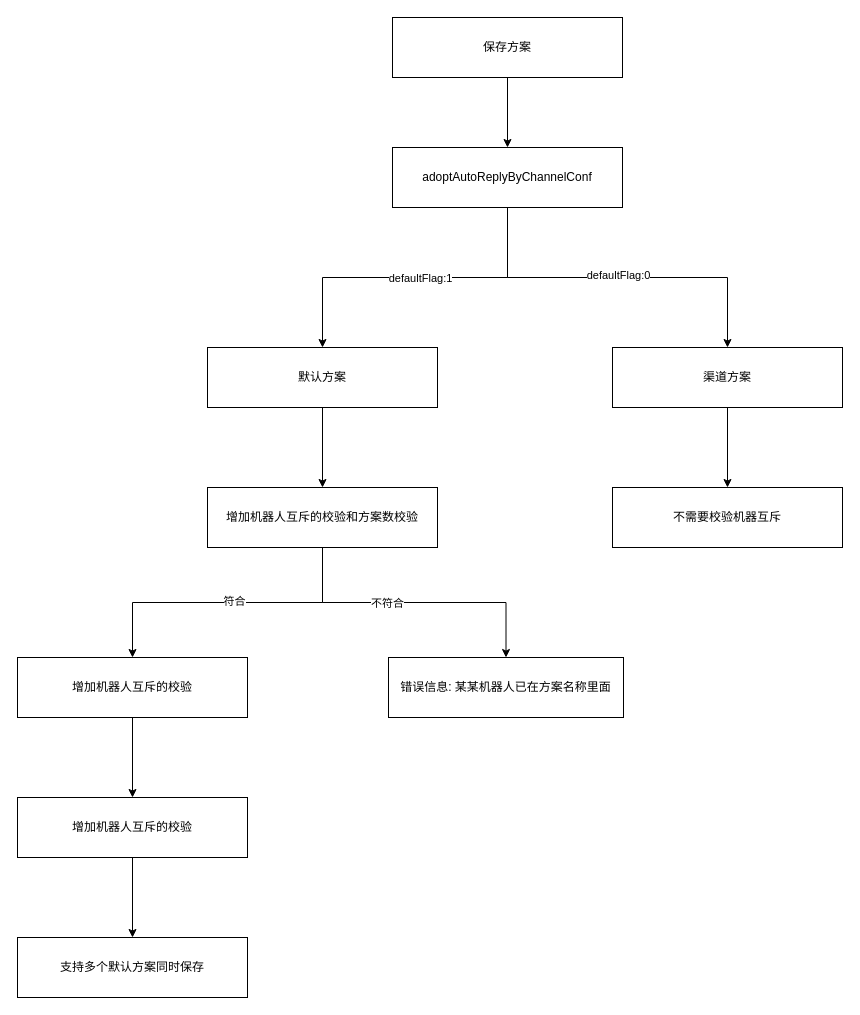
This is sop.drawio from 1819011603/-, a draw.io file, before an edit. Source tidied: cells renumbered, new cells numbered last; positions are measured from the earlier drawing's top-left corner, leaving out a move shared by most shapes. Both pictures are drawn from the tidied source at 100%, with x=0, y=0 at pixel (17, 17).
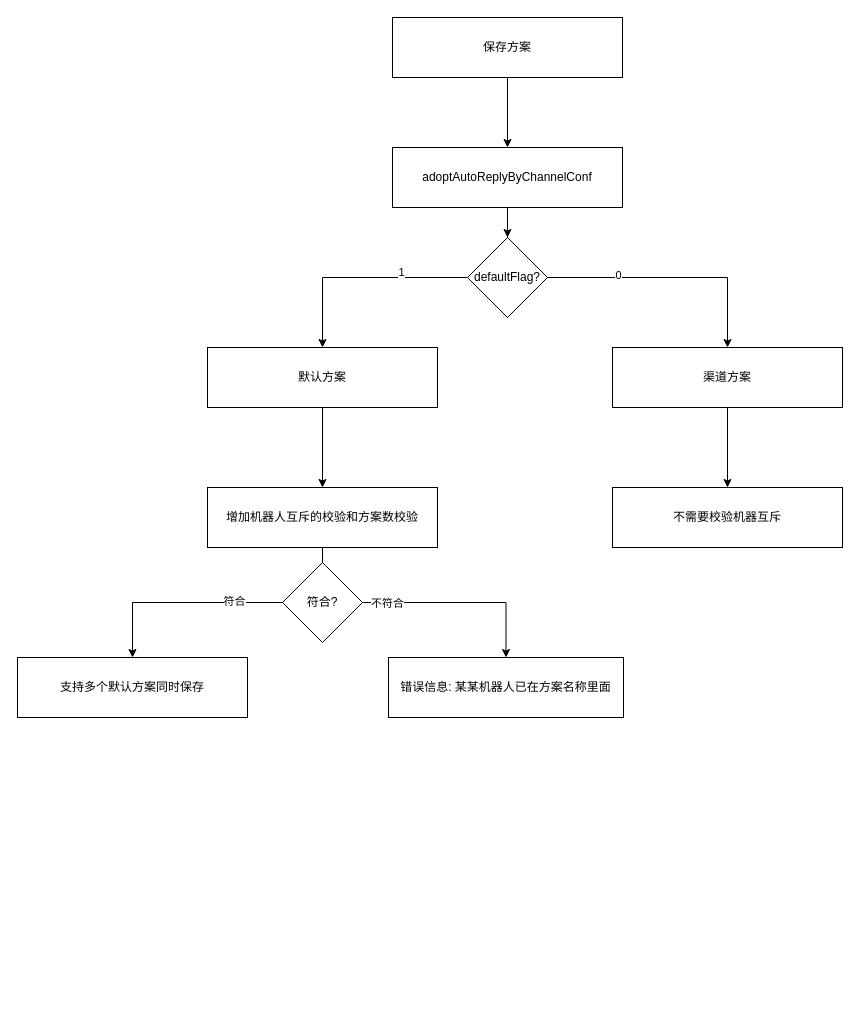
The same diagram, later.

Unchanged cells that the change refers to:
```xml
<mxCell id="4" style="edgeStyle=orthogonalEdgeStyle;rounded=0;jettySize=auto;html=1;" parent="1" edge="1" source="6" target="12">
  <mxGeometry relative="1" as="geometry" />
</mxCell>
<mxCell id="6" value="adoptAutoReplyByChannelConf" style="rounded=0;whiteSpace=wrap;html=1;" parent="1" vertex="1">
  <mxGeometry x="375" y="130" width="230" height="60" as="geometry" />
</mxCell>
<mxCell id="10" value="默认方案" style="rounded=0;whiteSpace=wrap;html=1;" parent="1" vertex="1">
  <mxGeometry x="190" y="330" width="230" height="60" as="geometry" />
</mxCell>
```

The edit, as a diff of the source:
```diff
@@
-    <mxCell id="2" style="edgeStyle=orthogonalEdgeStyle;rounded=0;jettySize=auto;html=1;" parent="1" edge="1" source="6" target="10">
+    <mxCell id="2" style="edgeStyle=orthogonalEdgeStyle;rounded=0;jettySize=auto;html=1;" parent="1" edge="1" source="27" target="10">
       <mxGeometry relative="1" as="geometry" />
     </mxCell>
-    <mxCell id="3" value="defaultFlag:1" style="edgeLabel;html=1;align=center;verticalAlign=middle;" parent="2" vertex="1">
-      <mxGeometry x="-0.03" relative="1" as="geometry" />
-    </mxCell>
+    <mxCell id="25" value="1" style="edgeLabel;html=1;align=center;verticalAlign=middle;" parent="2" vertex="1">
+      <mxGeometry x="-0.38" y="-6" relative="1" as="geometry" />
+    </mxCell>
@@
-    <mxCell id="5" value="defaultFlag:0" style="edgeLabel;html=1;align=center;verticalAlign=middle;" parent="4" vertex="1">
+    <mxCell id="5" value="0" style="edgeLabel;html=1;align=center;verticalAlign=middle;" parent="4" vertex="1">
       <mxGeometry y="3" relative="1" as="geometry" />
     </mxCell>
@@
-    <mxCell id="19" style="edgeStyle=orthogonalEdgeStyle;rounded=0;jettySize=auto;html=1;" parent="1" edge="1" source="20" target="22">
-      <mxGeometry relative="1" as="geometry" />
-    </mxCell>
-    <mxCell id="20" value="增加机器人互斥的校验" style="rounded=0;whiteSpace=wrap;html=1;" parent="1" vertex="1">
+    <mxCell id="20" value="支持多个默认方案同时保存" style="rounded=0;whiteSpace=wrap;html=1;" parent="1" vertex="1">
       <mxGeometry y="640" width="230" height="60" as="geometry" />
     </mxCell>
-    <mxCell id="21" style="edgeStyle=orthogonalEdgeStyle;rounded=0;jettySize=auto;html=1;" parent="1" edge="1" source="22" target="24">
-      <mxGeometry relative="1" as="geometry" />
-    </mxCell>
-    <mxCell id="22" value="增加机器人互斥的校验" style="rounded=0;whiteSpace=wrap;html=1;" parent="1" vertex="1">
-      <mxGeometry y="780" width="230" height="60" as="geometry" />
-    </mxCell>
@@
-    <mxCell id="24" value="支持多个默认方案同时保存" style="rounded=0;whiteSpace=wrap;html=1;" parent="1" vertex="1">
-      <mxGeometry y="920" width="230" height="60" as="geometry" />
-    </mxCell>
+    <mxCell id="26" style="edgeStyle=orthogonalEdgeStyle;rounded=0;jettySize=auto;html=1;" parent="1" edge="1" source="6" target="27">
+      <mxGeometry relative="1" as="geometry" />
+    </mxCell>
+    <mxCell id="27" value="defaultFlag?" style="rhombus;whiteSpace=wrap;html=1;" parent="1" vertex="1">
+      <mxGeometry x="450" y="220" width="80" height="80" as="geometry" />
+    </mxCell>
+    <mxCell id="28" value="符合?" style="rhombus;whiteSpace=wrap;html=1;" parent="1" vertex="1">
+      <mxGeometry x="265" y="545" width="80" height="80" as="geometry" />
+    </mxCell>
```
